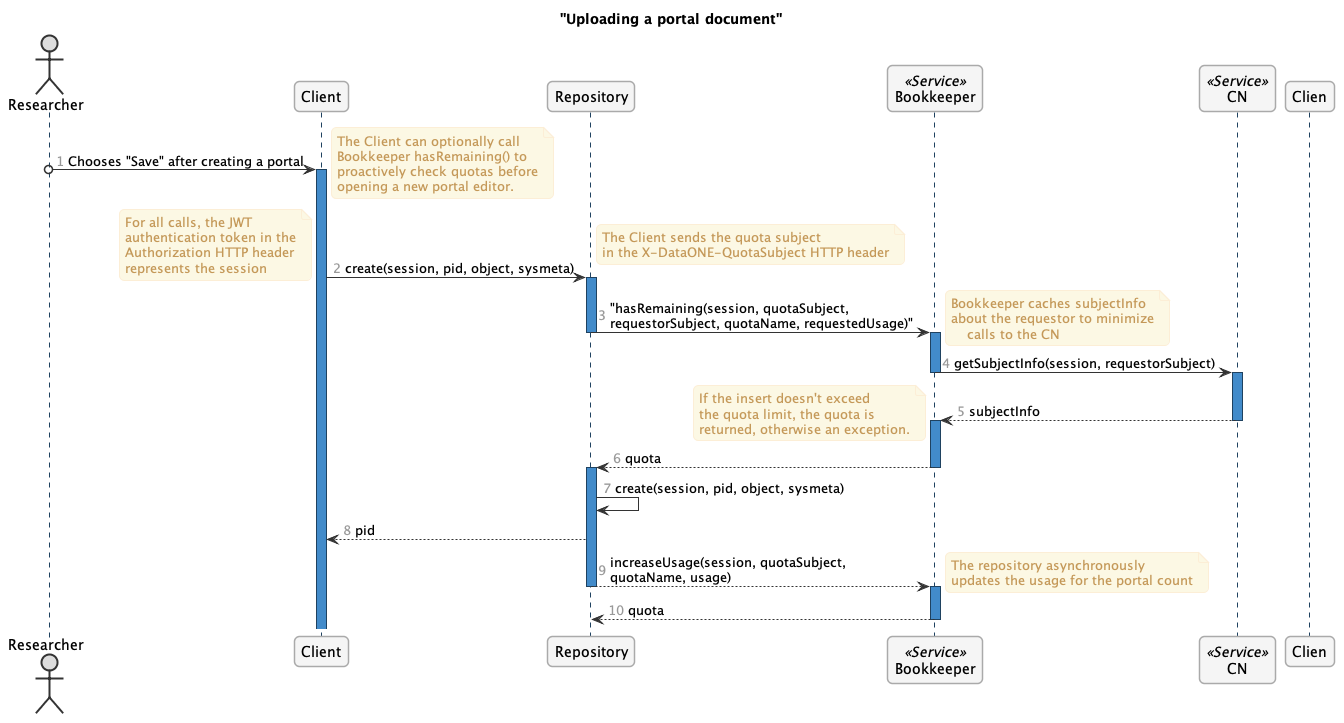
This is docs/images/create-portal.png from DataONEorg/bookkeeper, a PlantUML export, as it was before one commit.
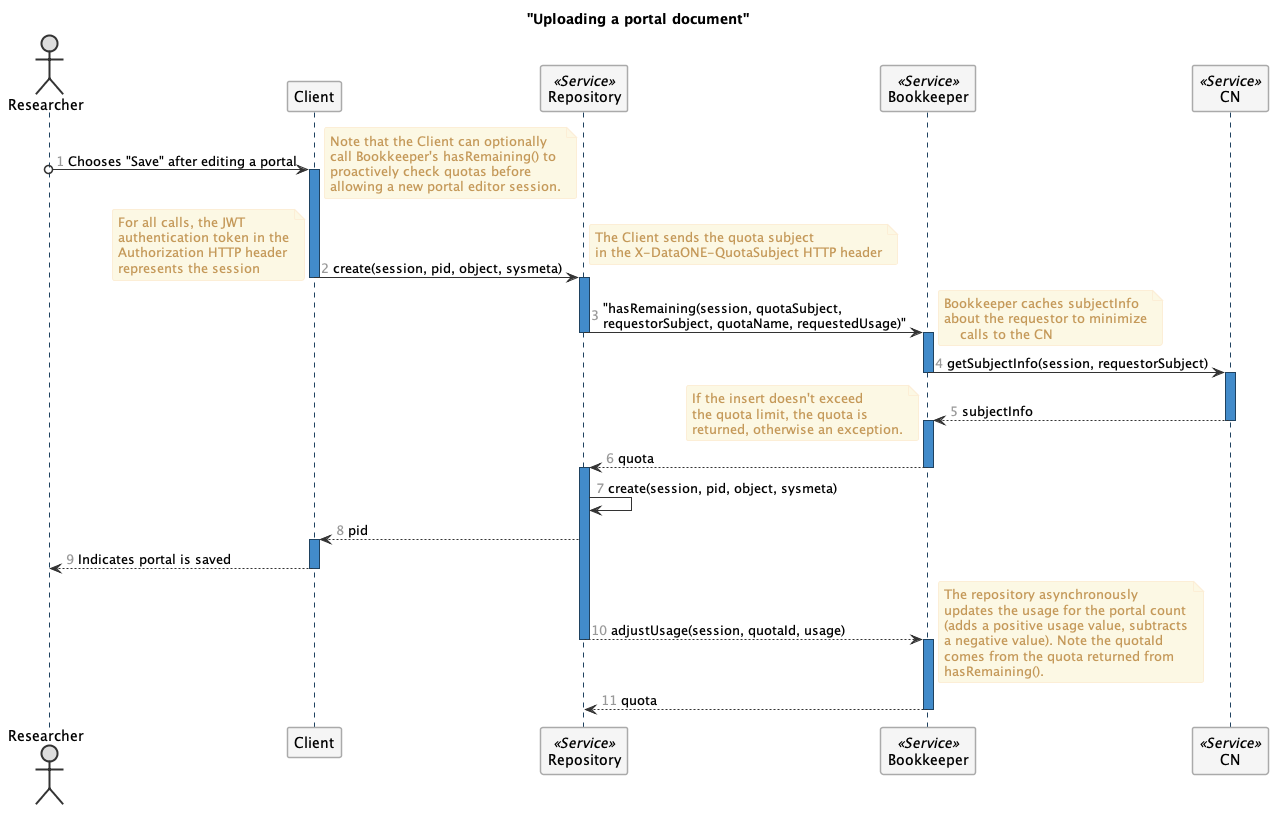
Later version of the same file.

Commit message:
A few sequence diagram changes:

Change increaseUsage() to adjustUsage() so a positive or negative usage value
can be passed in to increment or decrement the usage. Also use the quotaId
as the identifying parameter.

Minor changes to the diagram styles.

Diff of the diagram source:
```diff
@@ -1,6 +1,6 @@
 @startuml ./docs/images/create-portal.png
 skinparam shadowing false
-skinparam roundcorner 10
+skinparam roundcorner 5
 skinparam linetype ortho
 
 skinparam sequence {
@@ -45,22 +45,22 @@
 title "Uploading a portal document"
 actor Researcher
 participant Client
-participant Repository
+participant Repository <<Service>>
 participant Bookkeeper <<Service>>
 participant "CN" <<Service>>
 
-Researcher o-> Client : Chooses "Save" after creating a portal
+Researcher o-> Client : Chooses "Save" after editing a portal
 
 note right
-    The Client can optionally call
-    Bookkeeper hasRemaining() to
+    Note that the Client can optionally
+    call Bookkeeper's hasRemaining() to
     proactively check quotas before
-    opening a new portal editor.
+    allowing a new portal editor session.
 end note
 
 activate Client
     Client -> Repository : create(session, pid, object, sysmeta)
-deactivate Clien
+deactivate Client
 
 activate Repository
     note left
@@ -102,13 +102,20 @@
 activate Repository
     Repository -> Repository : create(session, pid, object, sysmeta)
     Repository --> Client : pid
-    Repository --> Bookkeeper : increaseUsage(session, quotaSubject,\nquotaName, usage)
+    activate Client
+        Client --> Researcher : Indicates portal is saved
+    deactivate Client
+    Repository --> Bookkeeper : adjustUsage(session, quotaId, usage)
 deactivate Repository
 
 activate Bookkeeper
     note right
         The repository asynchronously
         updates the usage for the portal count
+        (adds a positive usage value, subtracts
+        a negative value). Note the quotaId
+        comes from the quota returned from
+        hasRemaining().
     end note
     Bookkeeper --> Repository : quota
 deactivate Bookkeeper
```
